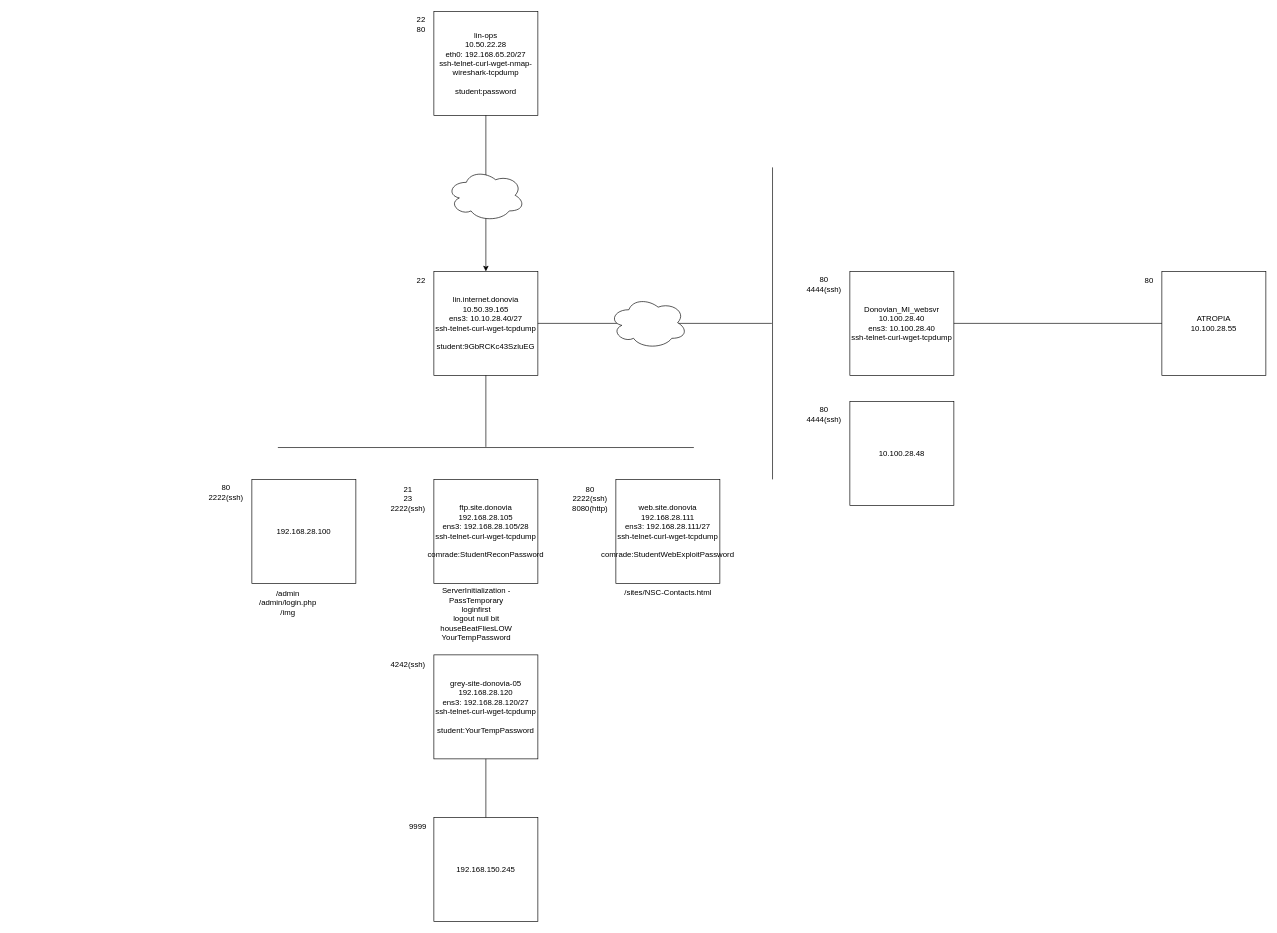
Before: Security/Greenberg/Untitled Diagram.drawio in TheWaltuh/COSC-Notes, a draw.io diagram. Source tidied: cells renumbered, new cells numbered last; positions are measured from the earlier drawing's top-left corner, leaving out a move shared by most shapes. Both pictures are drawn from the tidied source at 65%, with x=0, y=0 at pixel (200, 11).
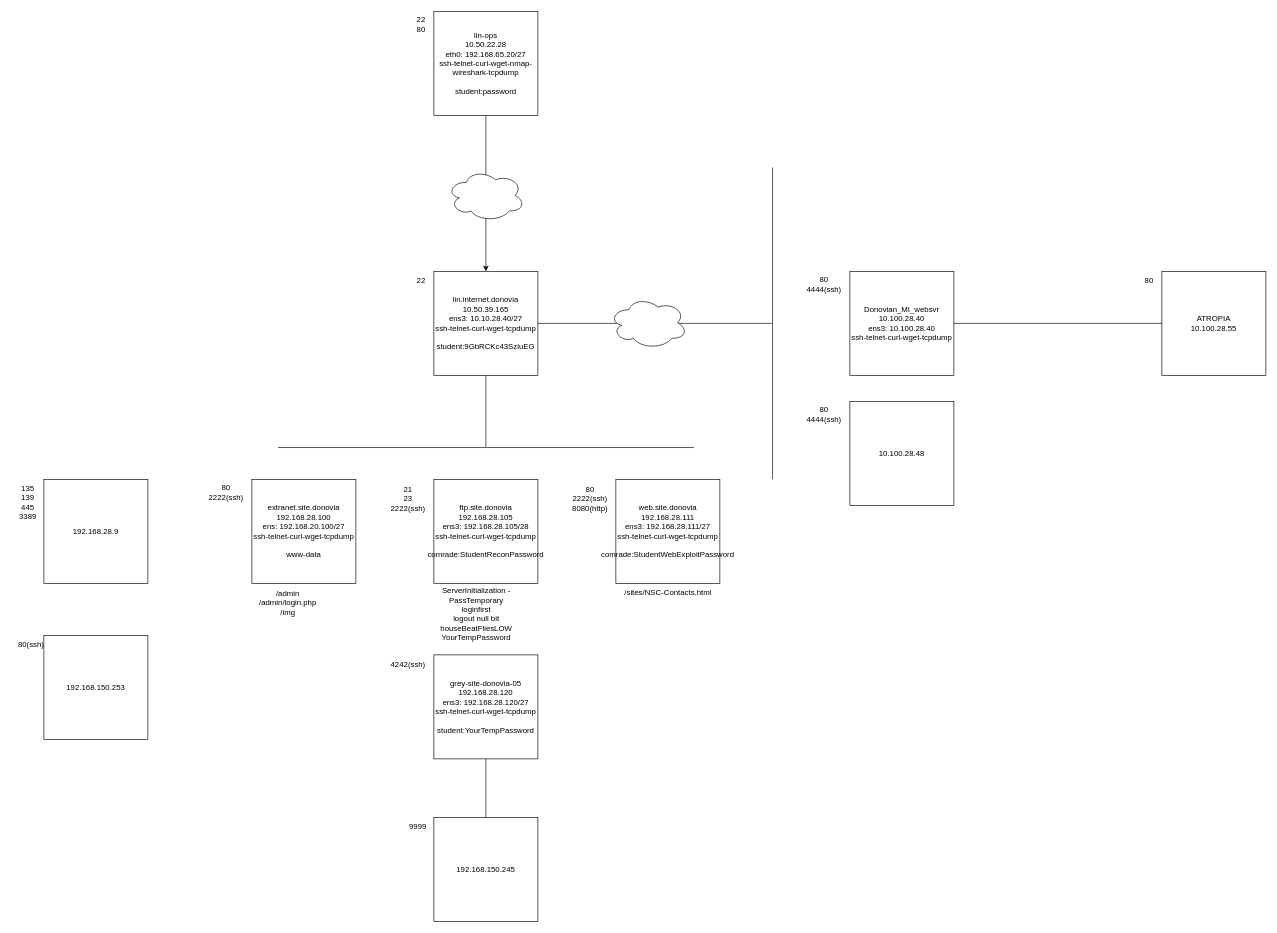
The same page after the edit.

Change to the diagram source:
```diff
@@
-    <mxCell id="8" value="192.168.28.100" style="whiteSpace=wrap;html=1;" parent="1" vertex="1">
+    <mxCell id="8" value="&lt;div&gt;extranet.site.donovia&lt;br&gt;&lt;/div&gt;&lt;div&gt;192.168.28.100&lt;/div&gt;&lt;div&gt;ens: 192.168.20.100/27&lt;/div&gt;&lt;div&gt;ssh-telnet-curl-wget-tcpdump&lt;/div&gt;&lt;div&gt;&lt;br&gt;&lt;/div&gt;&lt;div&gt;www-data&lt;br&gt;&lt;/div&gt;" style="whiteSpace=wrap;html=1;" parent="1" vertex="1">
       <mxGeometry x="80" y="720" width="160" height="160" as="geometry" />
     </mxCell>
@@
+    <mxCell id="34" value="192.168.28.9" style="whiteSpace=wrap;html=1;" parent="1" vertex="1">
+      <mxGeometry x="-240" y="720" width="160" height="160" as="geometry" />
+    </mxCell>
+    <mxCell id="35" value="&lt;div&gt;135&lt;/div&gt;&lt;div&gt;139&lt;/div&gt;&lt;div&gt;445&lt;/div&gt;&lt;div&gt;3389&lt;br&gt;&lt;/div&gt;" style="text;html=1;align=center;verticalAlign=middle;strokeColor=none;fillColor=none;" parent="1" vertex="1">
+      <mxGeometry x="-290" y="720" width="50" height="70" as="geometry" />
+    </mxCell>
+    <mxCell id="36" value="192.168.150.253" style="whiteSpace=wrap;html=1;" parent="1" vertex="1">
+      <mxGeometry x="-240" y="960" width="160" height="160" as="geometry" />
+    </mxCell>
+    <mxCell id="37" value="80(ssh)" style="text;html=1;align=center;verticalAlign=middle;strokeColor=none;fillColor=none;" parent="1" vertex="1">
+      <mxGeometry x="-290" y="960" width="60" height="30" as="geometry" />
+    </mxCell>
```
